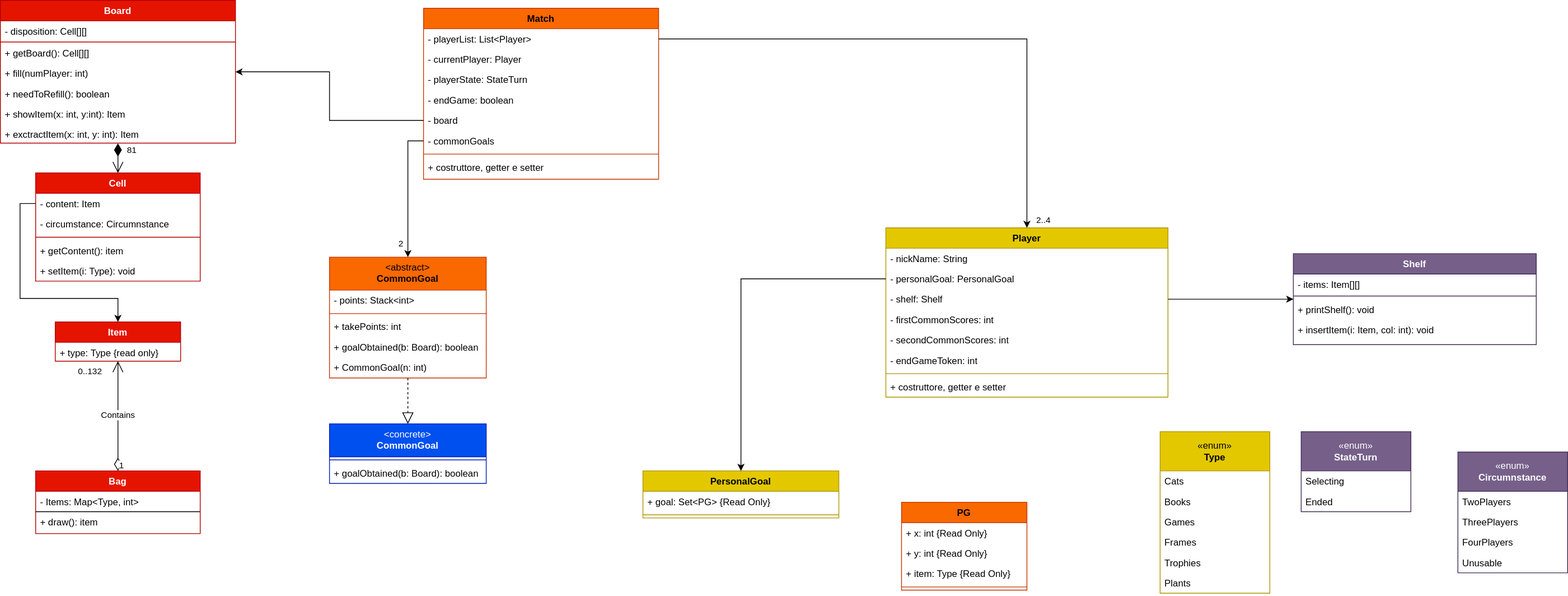
This is deliveries/UML/model.drawio.svg from pontig/ing-sw-2023-pontiggia-pasini-reffo-perriello, a draw.io export, as it was before one commit. Source tidied: cells renumbered, new cells last; positions are measured from the earlier drawing's top-left corner, leaving out a move shared by most shapes.
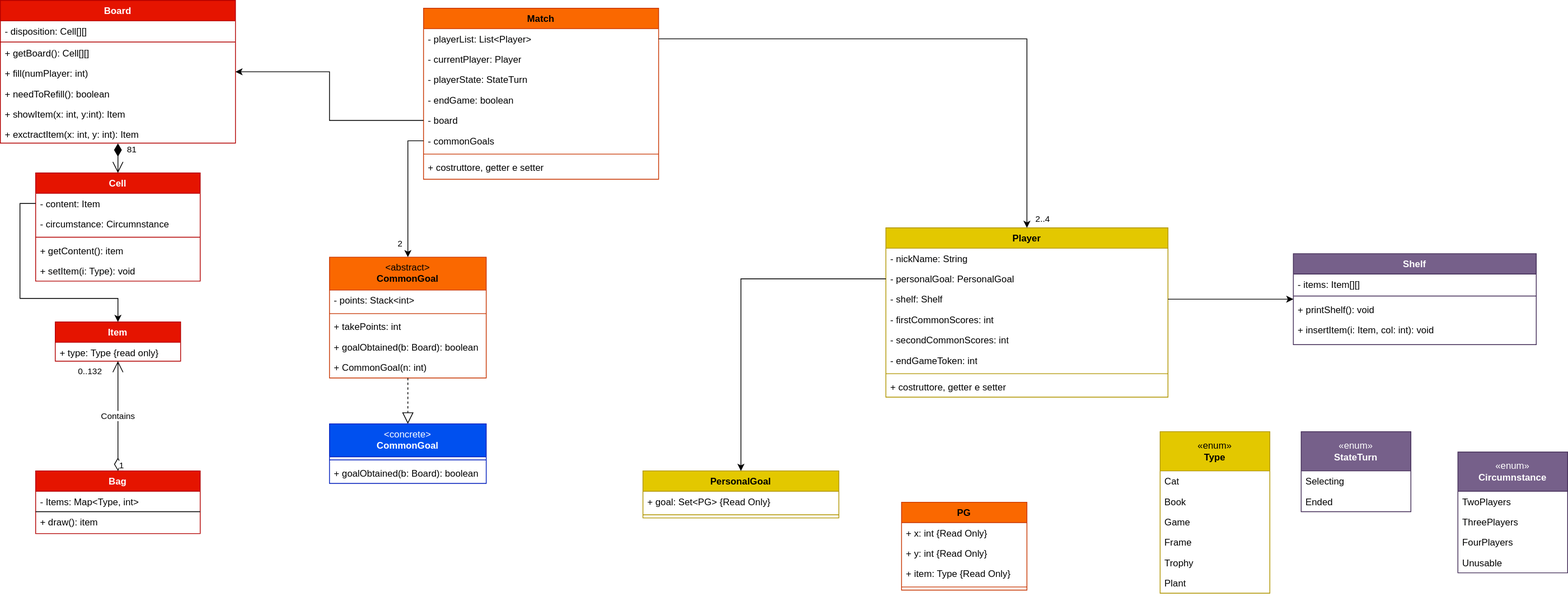
The same file after the commit.

Commit message:
adjusted "yellow" classes of the new UML model file

The edit, as a diff of the source:
```diff
@@ -26,22 +26,22 @@
     <mxCell id="8" value="«enum»&lt;br style=&quot;border-color: var(--border-color);&quot;&gt;&lt;b style=&quot;border-color: var(--border-color);&quot;&gt;Type&lt;/b&gt;" style="swimlane;fontStyle=0;horizontal=1;startSize=50;fillColor=#e3c800;whiteSpace=wrap;html=1;strokeColor=#B09500;fontColor=#000000;" parent="1" vertex="1">
       <mxGeometry x="1480" y="550" width="140" height="206" as="geometry" />
     </mxCell>
-    <mxCell id="9" value="Cats" style="text;strokeColor=none;fillColor=none;align=left;verticalAlign=top;spacingLeft=4;spacingRight=4;overflow=hidden;whiteSpace=wrap;html=1;" parent="8" vertex="1">
+    <mxCell id="9" value="Cat" style="text;strokeColor=none;fillColor=none;align=left;verticalAlign=top;spacingLeft=4;spacingRight=4;overflow=hidden;whiteSpace=wrap;html=1;" parent="8" vertex="1">
       <mxGeometry y="50" width="140" height="26" as="geometry" />
     </mxCell>
-    <mxCell id="10" value="Books" style="text;strokeColor=none;fillColor=none;align=left;verticalAlign=top;spacingLeft=4;spacingRight=4;overflow=hidden;whiteSpace=wrap;html=1;" parent="8" vertex="1">
+    <mxCell id="10" value="Book" style="text;strokeColor=none;fillColor=none;align=left;verticalAlign=top;spacingLeft=4;spacingRight=4;overflow=hidden;whiteSpace=wrap;html=1;" parent="8" vertex="1">
       <mxGeometry y="76" width="140" height="26" as="geometry" />
     </mxCell>
-    <mxCell id="11" value="Games" style="text;strokeColor=none;fillColor=none;align=left;verticalAlign=top;spacingLeft=4;spacingRight=4;overflow=hidden;whiteSpace=wrap;html=1;" parent="8" vertex="1">
+    <mxCell id="11" value="Game" style="text;strokeColor=none;fillColor=none;align=left;verticalAlign=top;spacingLeft=4;spacingRight=4;overflow=hidden;whiteSpace=wrap;html=1;" parent="8" vertex="1">
       <mxGeometry y="102" width="140" height="26" as="geometry" />
     </mxCell>
-    <mxCell id="12" value="Frames" style="text;strokeColor=none;fillColor=none;align=left;verticalAlign=top;spacingLeft=4;spacingRight=4;overflow=hidden;whiteSpace=wrap;html=1;" parent="8" vertex="1">
+    <mxCell id="12" value="Frame" style="text;strokeColor=none;fillColor=none;align=left;verticalAlign=top;spacingLeft=4;spacingRight=4;overflow=hidden;whiteSpace=wrap;html=1;" parent="8" vertex="1">
       <mxGeometry y="128" width="140" height="26" as="geometry" />
     </mxCell>
-    <mxCell id="13" value="Trophies" style="text;strokeColor=none;fillColor=none;align=left;verticalAlign=top;spacingLeft=4;spacingRight=4;overflow=hidden;whiteSpace=wrap;html=1;" parent="8" vertex="1">
+    <mxCell id="13" value="Trophy" style="text;strokeColor=none;fillColor=none;align=left;verticalAlign=top;spacingLeft=4;spacingRight=4;overflow=hidden;whiteSpace=wrap;html=1;" parent="8" vertex="1">
       <mxGeometry y="154" width="140" height="26" as="geometry" />
     </mxCell>
-    <mxCell id="14" value="Plants" style="text;strokeColor=none;fillColor=none;align=left;verticalAlign=top;spacingLeft=4;spacingRight=4;overflow=hidden;whiteSpace=wrap;html=1;" parent="8" vertex="1">
+    <mxCell id="14" value="Plant" style="text;strokeColor=none;fillColor=none;align=left;verticalAlign=top;spacingLeft=4;spacingRight=4;overflow=hidden;whiteSpace=wrap;html=1;" parent="8" vertex="1">
       <mxGeometry y="180" width="140" height="26" as="geometry" />
     </mxCell>
     <mxCell id="15" value="Board" style="swimlane;fontStyle=1;align=center;verticalAlign=top;horizontal=1;startSize=26;whiteSpace=wrap;html=1;fillColor=#e51400;strokeColor=#B20000;fontColor=#ffffff;" parent="1" vertex="1">
```
